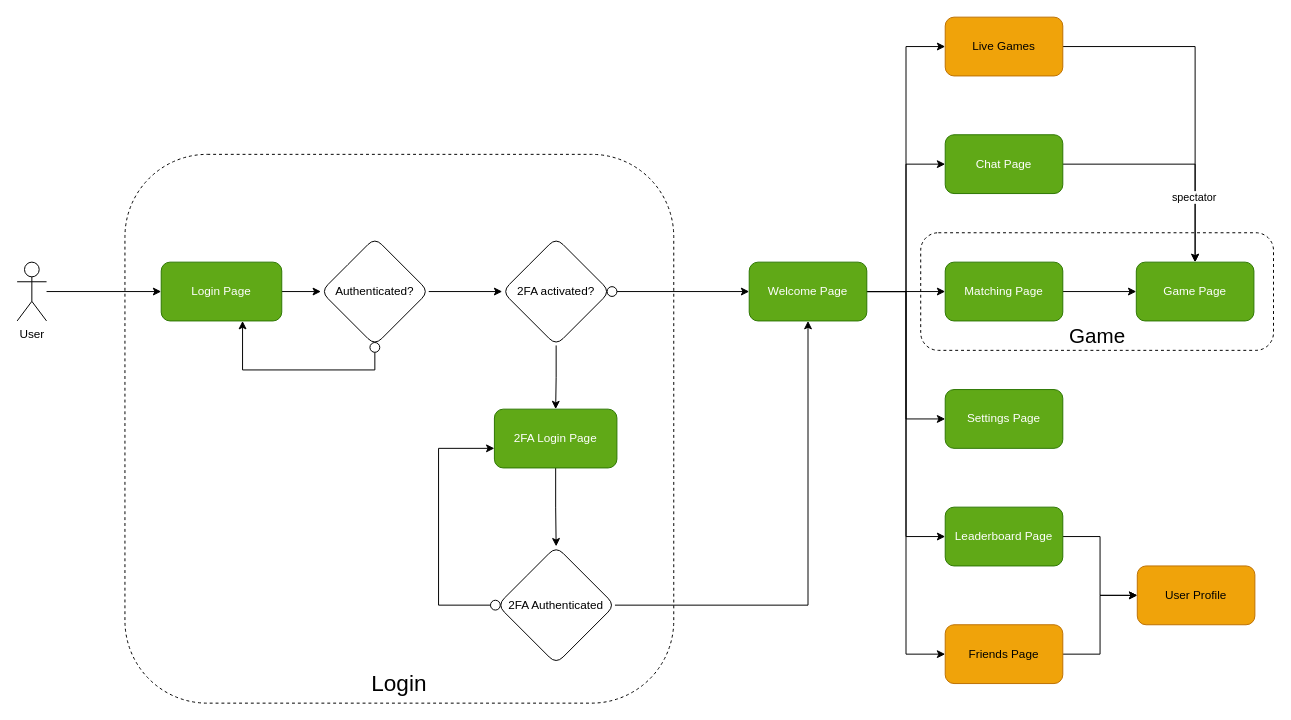
Before: docs/frontend.drawio in frdescam/transcendence, a draw.io diagram. Source tidied: cells renumbered, new cells numbered last; positions are measured from the earlier drawing's top-left corner, leaving out a move shared by most shapes. Both pictures are drawn from the tidied source at 98%, with x=0, y=0 at pixel (17, 17).
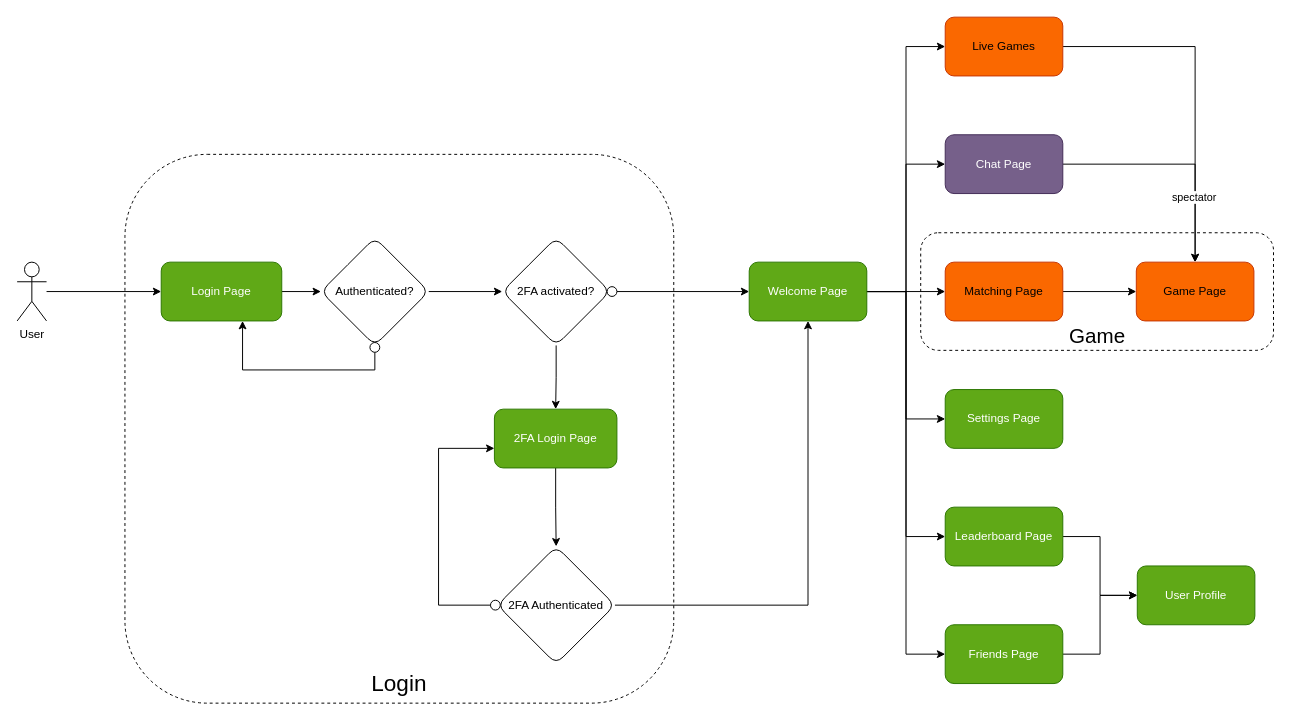
Above is the later version.

Diff of the diagram source:
```diff
@@
+    <mxCell id="42" style="rounded=1;whiteSpace=wrap;html=1;fillColor=none;dashed=1;" parent="1" vertex="1">
+      <mxGeometry x="922" y="220" width="360" height="120" as="geometry" />
+    </mxCell>
@@
-    <mxCell id="26" value="Chat Page" style="whiteSpace=wrap;html=1;rounded=1;fillColor=#60a917;fontColor=#ffffff;strokeColor=#2D7600;" parent="1" vertex="1">
+    <mxCell id="26" value="Chat Page" style="whiteSpace=wrap;html=1;rounded=1;fillColor=#76608a;fontColor=#ffffff;strokeColor=#432D57;" parent="1" vertex="1">
       <mxGeometry x="947" y="120" width="120" height="60" as="geometry" />
     </mxCell>
@@
-    <mxCell id="28" value="Matching Page" style="whiteSpace=wrap;html=1;rounded=1;fillColor=#60a917;fontColor=#ffffff;strokeColor=#2D7600;" parent="1" vertex="1">
+    <mxCell id="28" value="Matching Page" style="whiteSpace=wrap;html=1;rounded=1;fillColor=#fa6800;fontColor=#000000;strokeColor=#C73500;" parent="1" vertex="1">
       <mxGeometry x="947" y="250" width="120" height="60" as="geometry" />
     </mxCell>
-    <mxCell id="29" value="Game Page" style="whiteSpace=wrap;html=1;rounded=1;fillColor=#60a917;fontColor=#ffffff;strokeColor=#2D7600;" parent="1" vertex="1">
+    <mxCell id="29" value="Game Page" style="whiteSpace=wrap;html=1;rounded=1;fillColor=#fa6800;fontColor=#000000;strokeColor=#C73500;" parent="1" vertex="1">
       <mxGeometry x="1142" y="250" width="120" height="60" as="geometry" />
     </mxCell>
@@
-    <mxCell id="33" value="User Profile" style="whiteSpace=wrap;html=1;fillColor=#f0a30a;strokeColor=#BD7000;fontColor=#000000;rounded=1;" parent="1" vertex="1">
+    <mxCell id="33" value="User Profile" style="whiteSpace=wrap;html=1;fillColor=#60a917;strokeColor=#2D7600;fontColor=#ffffff;rounded=1;" parent="1" vertex="1">
       <mxGeometry x="1143" y="560" width="120" height="60" as="geometry" />
     </mxCell>
@@
-    <mxCell id="35" value="Friends Page" style="whiteSpace=wrap;html=1;fillColor=#f0a30a;strokeColor=#BD7000;fontColor=#000000;rounded=1;" parent="1" vertex="1">
+    <mxCell id="35" value="Friends Page" style="whiteSpace=wrap;html=1;fillColor=#60a917;strokeColor=#2D7600;fontColor=#ffffff;rounded=1;" parent="1" vertex="1">
       <mxGeometry x="947" y="620" width="120" height="60" as="geometry" />
     </mxCell>
@@
-    <mxCell id="40" value="Live Games " style="whiteSpace=wrap;html=1;fillColor=#f0a30a;strokeColor=#BD7000;fontColor=#000000;rounded=1;" parent="1" vertex="1">
+    <mxCell id="40" value="Live Games " style="whiteSpace=wrap;html=1;fillColor=#fa6800;strokeColor=#C73500;fontColor=#000000;rounded=1;" parent="1" vertex="1">
       <mxGeometry x="947" width="120" height="60" as="geometry" />
     </mxCell>
@@
-    <mxCell id="42" style="rounded=1;whiteSpace=wrap;html=1;fillColor=none;dashed=1;" parent="1" vertex="1">
-      <mxGeometry x="922" y="220" width="360" height="120" as="geometry" />
-    </mxCell>
```
